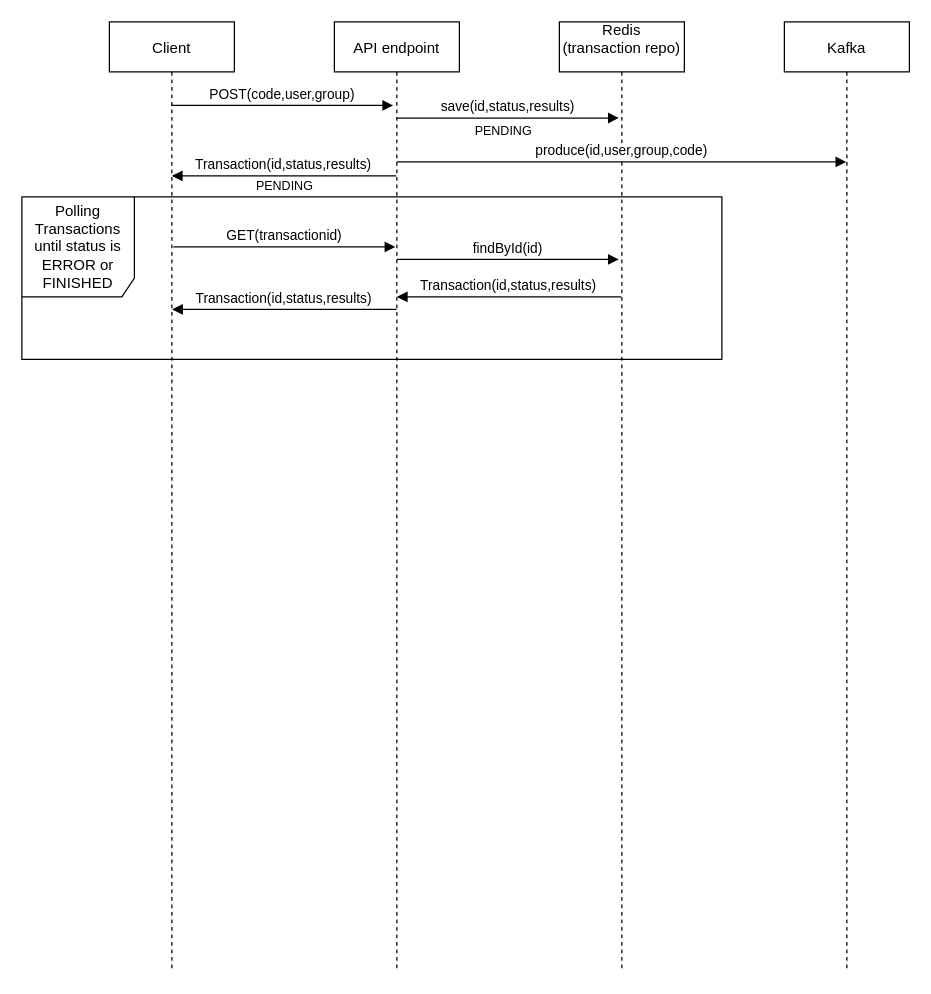
Before: docs/sequenceRESTinterface.drawio in josura/Error-classification-ISD, a draw.io diagram. Source tidied: cells renumbered, new cells numbered last; positions are measured from the earlier drawing's top-left corner, leaving out a move shared by most shapes. Both pictures are drawn from the tidied source at 125%, with x=0, y=0 at pixel (21, 21).
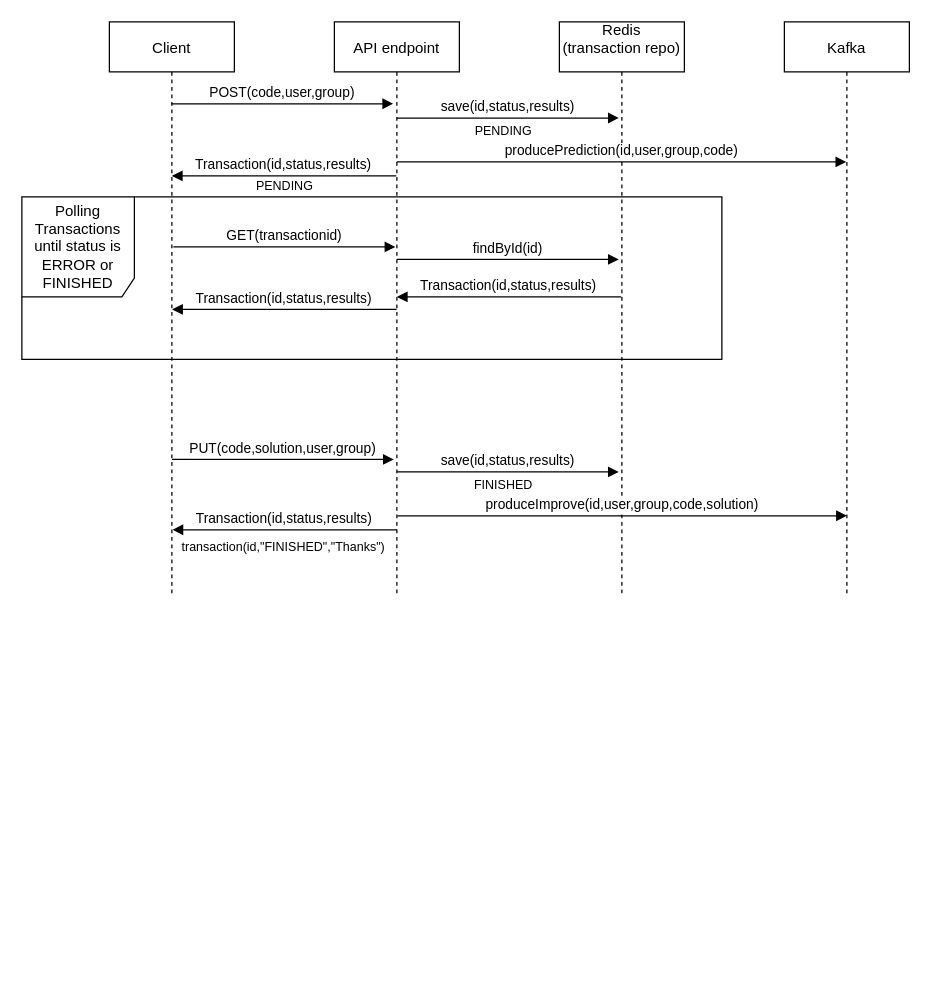
The same diagram, later.

Diff of the diagram source:
```diff
@@
     <mxCell id="2" value="Client" style="shape=umlLifeline;perimeter=lifelinePerimeter;rounded=0;shadow=0;strokeWidth=1;" parent="1" vertex="1">
-      <mxGeometry x="70" width="100" height="760" as="geometry" />
+      <mxGeometry x="70" width="100" height="460" as="geometry" />
     </mxCell>
     <mxCell id="3" value="API endpoint" style="shape=umlLifeline;perimeter=lifelinePerimeter;rounded=0;shadow=0;strokeWidth=1;" parent="1" vertex="1">
-      <mxGeometry x="250" width="100" height="760" as="geometry" />
+      <mxGeometry x="250" width="100" height="460" as="geometry" />
     </mxCell>
-    <mxCell id="4" value="POST(code,user,group)" style="verticalAlign=bottom;endArrow=block;entryX=0.47;entryY=0.088;shadow=0;strokeWidth=1;entryDx=0;entryDy=0;entryPerimeter=0;" parent="1" edge="1" source="2" target="3">
-      <mxGeometry relative="1" as="geometry" />
+    <mxCell id="4" value="POST(code,user,group)" style="verticalAlign=bottom;endArrow=block;entryX=0.47;entryY=0.088;shadow=0;strokeWidth=1;entryDx=0;entryDy=0;entryPerimeter=0;" parent="1" edge="1">
+      <mxGeometry relative="1" as="geometry">
+        <mxPoint x="119.5" y="65.5" as="sourcePoint" />
+        <mxPoint x="297" y="65.5" as="targetPoint" />
+      </mxGeometry>
     </mxCell>
@@
     <mxCell id="7" value="Redis&#10;(transaction repo)&#10;" style="shape=umlLifeline;perimeter=lifelinePerimeter;rounded=0;shadow=0;strokeWidth=1;" parent="1" vertex="1">
-      <mxGeometry x="430" width="100" height="760" as="geometry" />
+      <mxGeometry x="430" width="100" height="460" as="geometry" />
     </mxCell>
+    <mxCell id="17" value="save(id,status,results)" style="verticalAlign=bottom;endArrow=block;entryX=0.47;entryY=0.088;shadow=0;strokeWidth=1;entryDx=0;entryDy=0;entryPerimeter=0;" parent="7" edge="1">
+      <mxGeometry relative="1" as="geometry">
+        <mxPoint x="-130" y="360" as="sourcePoint" />
+        <mxPoint x="47.5" y="360" as="targetPoint" />
+      </mxGeometry>
+    </mxCell>
@@
     <mxCell id="14" value="Kafka" style="shape=umlLifeline;perimeter=lifelinePerimeter;rounded=0;shadow=0;strokeWidth=1;" parent="1" vertex="1">
-      <mxGeometry x="610" width="100" height="760" as="geometry" />
+      <mxGeometry x="610" width="100" height="460" as="geometry" />
     </mxCell>
-    <mxCell id="15" value="produce(id,user,group,code)" style="verticalAlign=bottom;endArrow=block;shadow=0;strokeWidth=1;" parent="1" edge="1">
+    <mxCell id="15" value="producePrediction(id,user,group,code)" style="verticalAlign=bottom;endArrow=block;shadow=0;strokeWidth=1;" parent="1" edge="1">
       <mxGeometry relative="1" as="geometry">
         <mxPoint x="300" y="112" as="sourcePoint" />
         <mxPoint x="659.5" y="112" as="targetPoint" />
       </mxGeometry>
     </mxCell>
@@
+    <mxCell id="18" value="PUT(code,solution,user,group)" style="verticalAlign=bottom;endArrow=block;entryX=0.47;entryY=0.088;shadow=0;strokeWidth=1;entryDx=0;entryDy=0;entryPerimeter=0;" parent="1" edge="1">
+      <mxGeometry relative="1" as="geometry">
+        <mxPoint x="120" y="350" as="sourcePoint" />
+        <mxPoint x="297.5" y="350" as="targetPoint" />
+      </mxGeometry>
+    </mxCell>
+    <mxCell id="19" value="Transaction(id,status,results)" style="verticalAlign=bottom;endArrow=block;shadow=0;strokeWidth=1;entryX=0.5;entryY=0.145;entryDx=0;entryDy=0;entryPerimeter=0;" parent="1" edge="1">
+      <mxGeometry relative="1" as="geometry">
+        <mxPoint x="300" y="406.3" as="sourcePoint" />
+        <mxPoint x="120.5" y="406.3" as="targetPoint" />
+      </mxGeometry>
+    </mxCell>
+    <mxCell id="20" value="produceImprove(id,user,group,code,solution)" style="verticalAlign=bottom;endArrow=block;shadow=0;strokeWidth=1;" parent="1" edge="1">
+      <mxGeometry relative="1" as="geometry">
+        <mxPoint x="300.5" y="395.1" as="sourcePoint" />
+        <mxPoint x="660" y="395.1" as="targetPoint" />
+      </mxGeometry>
+    </mxCell>
+    <mxCell id="21" value="transaction(id,&quot;FINISHED&quot;,&quot;Thanks&quot;)" style="text;html=1;align=center;verticalAlign=middle;strokeColor=none;fillColor=none;fontSize=10;" parent="1" vertex="1">
+      <mxGeometry x="119" y="410" width="180" height="20" as="geometry" />
+    </mxCell>
+    <mxCell id="22" value="FINISHED" style="text;html=1;align=center;verticalAlign=middle;strokeColor=none;fillColor=none;fontSize=10;" parent="1" vertex="1">
+      <mxGeometry x="355" y="360" width="60" height="20" as="geometry" />
+    </mxCell>
```
